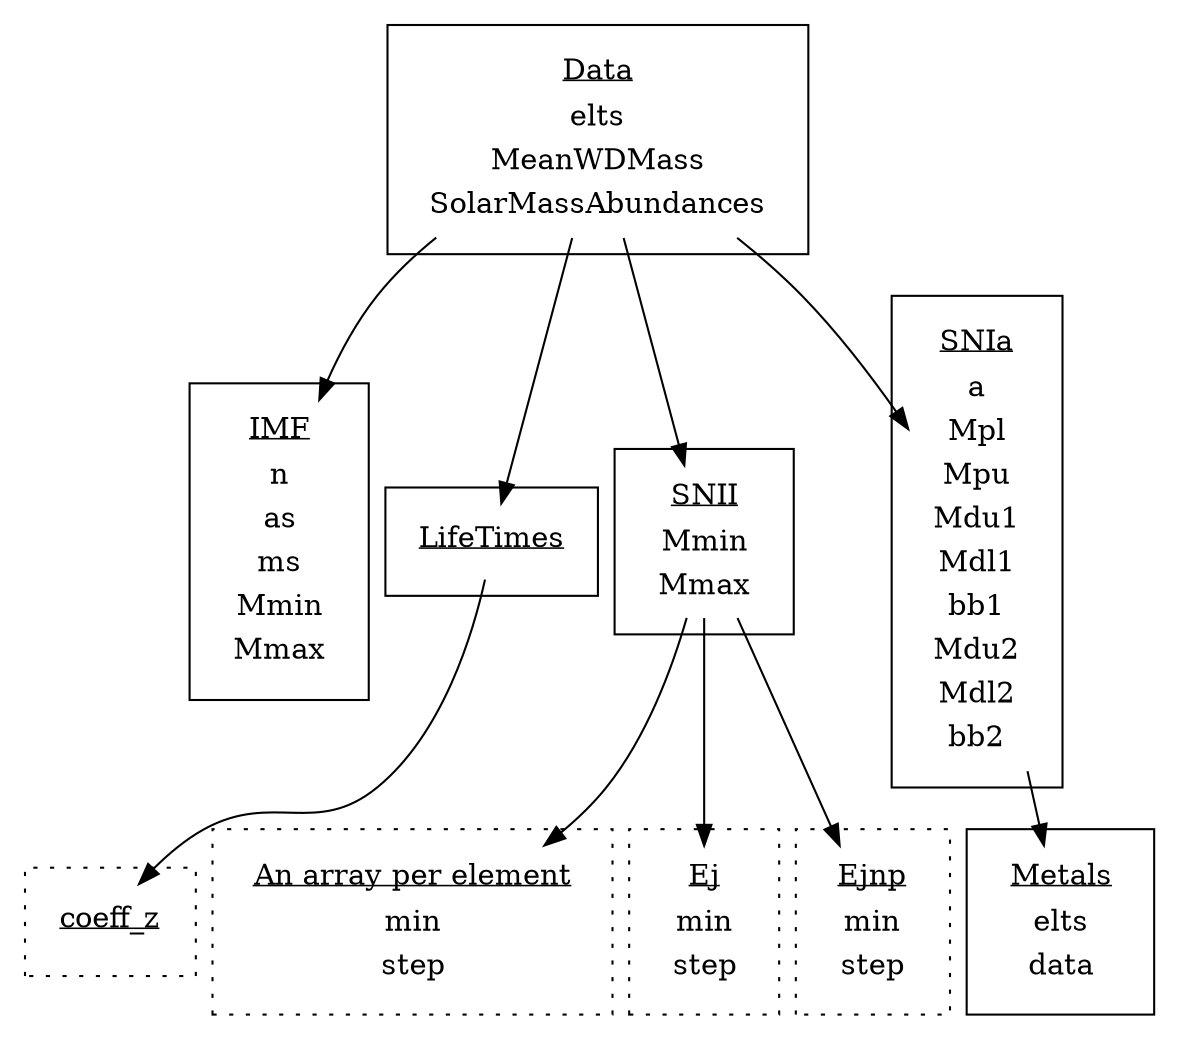
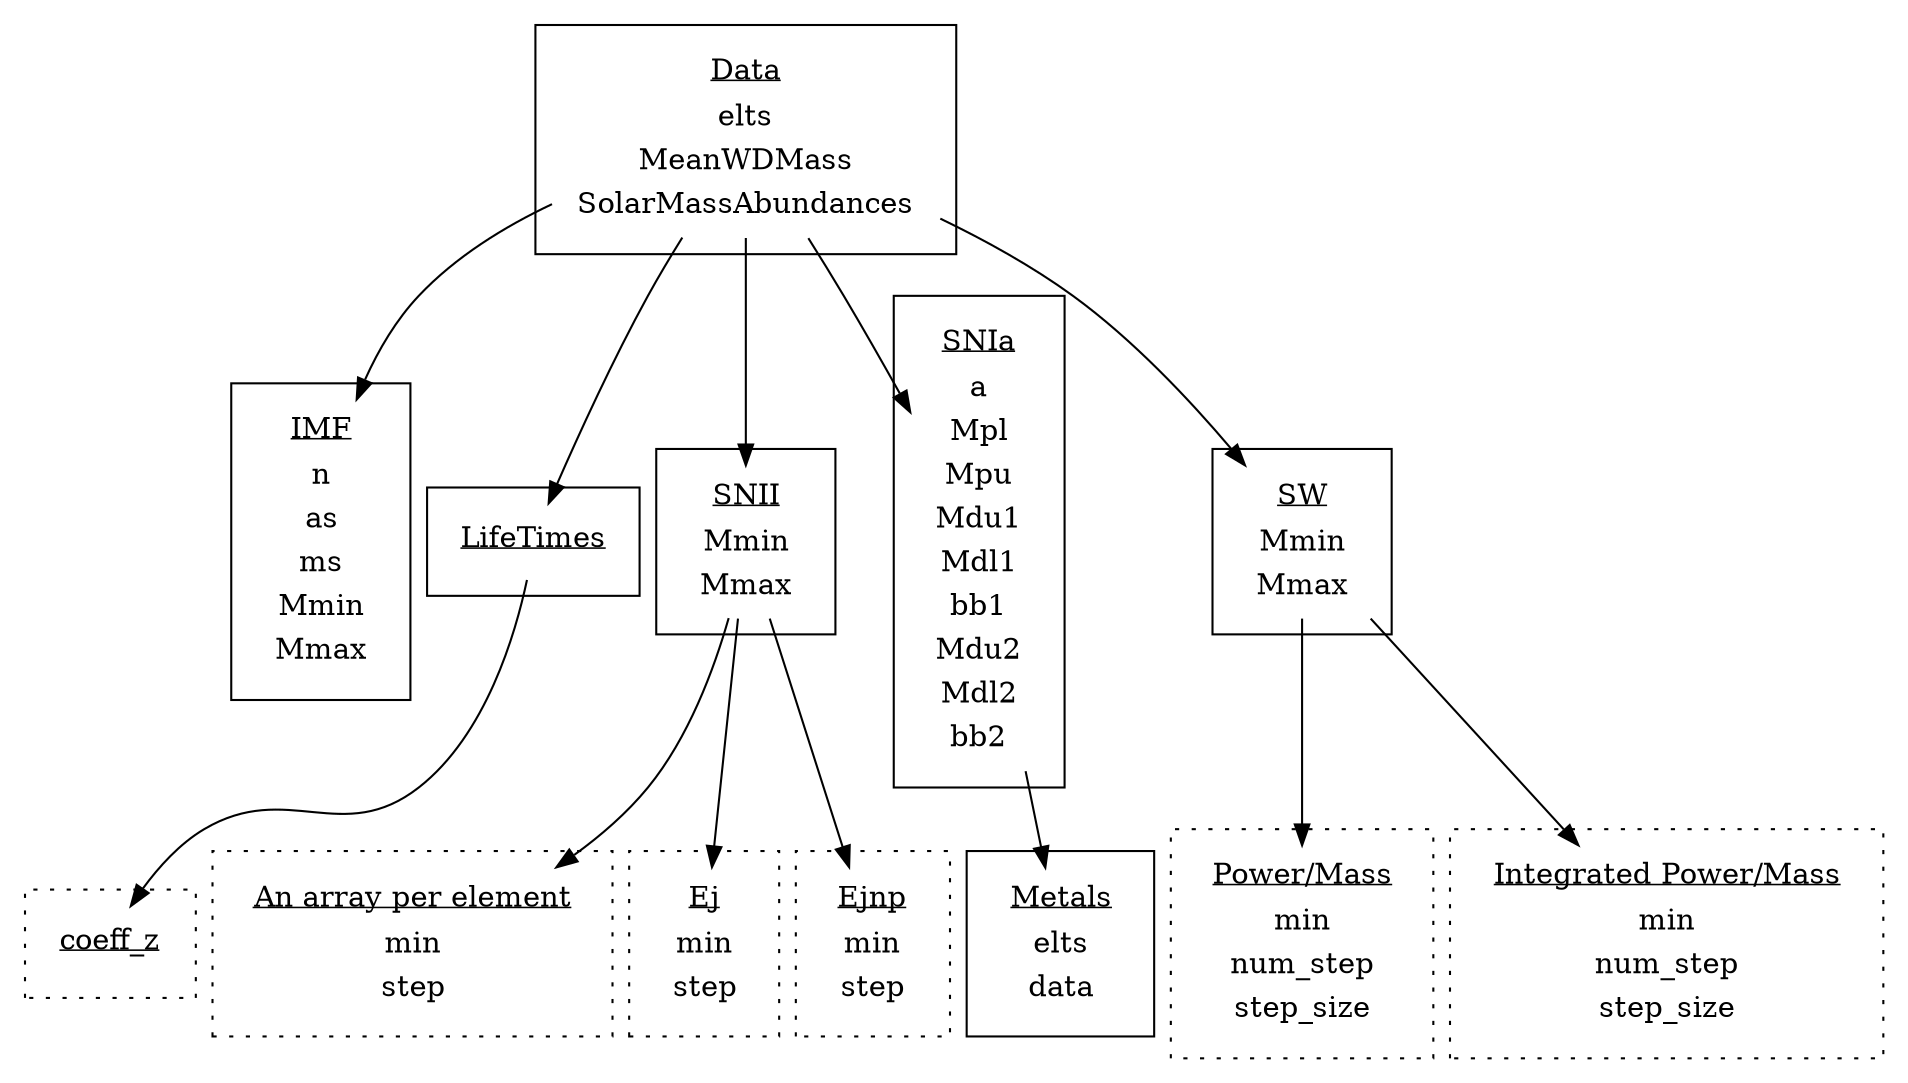

digraph feedback {
   subgraph cluster_data {
     Data[shape="none", label=<
     <table BORDER="0">
     <tr>
      <td><u>Data</u></td>
     </tr>
     <tr>
      <td>elts</td>
     </tr>
     <tr>
      <td>MeanWDMass</td>
     </tr>
     <tr>
      <td>SolarMassAbundances</td>
     </tr>
     </table>>];
   }

   subgraph cluster_imf {
      IMF[shape="none", label=<
      <table BORDER="0">
      <tr>
        <td><u>IMF</u></td>
      </tr>
      <tr>
        <td>n</td>
      </tr>
      <tr>
        <td>as</td>
      </tr>
      <tr>
        <td>ms</td>
      </tr>
      <tr>
        <td>Mmin</td>
      </tr>
      <tr>
        <td>Mmax</td>
      </tr></table>>];
   }
   subgraph cluster_lifetimes {
      LifeTimes[label=<<u>LifeTimes</u>>,shape="none"];
   }
   subgraph cluster_snii {
      SNII[shape="none", label=<
      <table BORDER="0">
      <tr>
        <td><u>SNII</u></td>
      </tr>
      <tr>
        <td>Mmin</td>
      </tr>
      <tr>
        <td>Mmax</td>
      </tr>
      </table>>];
   }

   subgraph cluster_snia {
      SNIa[shape="none", label=<
      <table BORDER="0">
      <tr>
        <td><u>SNIa</u></td>
      </tr>
      <tr>
        <td>a</td>
      </tr>
      <tr>
        <td>Mpl</td>
      </tr>
      <tr>
        <td>Mpu</td>
      </tr>
      <tr>
        <td>Mdu1</td>
      </tr>
      <tr>
        <td>Mdl1</td>
      </tr>
      <tr>
        <td>bb1</td>
      </tr>
      <tr>
        <td>Mdu2</td>
      </tr>
      <tr>
        <td>Mdl2</td>
      </tr>
      <tr>
        <td>bb2</td>
      </tr>
      </table>>];
   }


   subgraph cluster_snii_all {
      graph[style="dotted"];
      snii_all[shape="none", label=<
      <table BORDER="0">
      <tr>
        <td><u>An array per element</u></td>
      </tr>
      <tr>
        <td>min</td>
      </tr>
      <tr>
        <td>step</td>
      </tr>
      </table>>];
   }

   subgraph cluster_snii_ej {
      graph[style="dotted"];
      snii_ej[shape="none", label=<
      <table BORDER="0">
      <tr>
        <td><u>Ej</u></td>
      </tr>
      <tr>
        <td>min</td>
      </tr>
      <tr>
        <td>step</td>
      </tr>
      </table>>];
   }

   subgraph cluster_snii_ejnp {
      graph[style="dotted"];
      snii_ejnp[shape="none", label=<
      <table BORDER="0">
      <tr>
        <td><u>Ejnp</u></td>
      </tr>
      <tr>
        <td>min</td>
      </tr>
      <tr>
        <td>step</td>
      </tr>
      </table>>];
   }

   subgraph cluster_coeff_z {
      graph[style="dotted"];
      coeff_z[label=<<u>coeff_z</u>>, shape="none"];
   }

   subgraph cluster_snia_metals {
      snia_metals[shape="none", label=<
      <table BORDER="0">
      <tr>
        <td><u>Metals</u></td>
      </tr>
      <tr>
        <td>elts</td>
      </tr>
      <tr>
        <td>data</td>
      </tr>
      </table>>];
   }

+    subgraph cluster_sw {
+      SW[shape="none", label=<
+      <table BORDER="0">
+      <tr>
+       <td><u>SW</u></td>
+      </tr>
+      <tr>
+       <td>Mmin</td>
+      </tr>
+      <tr>
+       <td>Mmax</td>
+      </tr>
+      </table>>];
+    }
+ 
+    subgraph cluster_sw_e_m {
+       graph[style="dotted"];
+       sw_e_m[shape="none", label=<
+       <table BORDER="0">
+       <tr>
+         <td><u>Power/Mass</u></td>
+       </tr>
+       <tr>
+         <td>min</td>
+       </tr>
+       <tr>
+         <td>num_step</td>
+       </tr>
+       <tr>
+         <td>step_size</td>
+       </tr>
+       </table>>];
+    }
+ 
+    subgraph cluster_sw_I_e_m {
+       graph[style="dotted"];
+       sw_I_e_m[shape="none", label=<
+       <table BORDER="0">
+       <tr>
+         <td><u>Integrated Power/Mass</u></td>
+       </tr>
+       <tr>
+         <td>min</td>
+       </tr>
+       <tr>
+         <td>num_step</td>
+       </tr>
+       <tr>
+         <td>step_size</td>
+       </tr>
+       </table>>];
+    }
+ 
   Data->LifeTimes;
   Data->IMF;
   Data->SNII;
   Data->SNIa;
+    Data->SW;

   LifeTimes->coeff_z;

   SNII->snii_all;
   SNII->snii_ej;
   SNII->snii_ejnp;

   SNIa->snia_metals;
+ 
+    SW->sw_e_m;
+    SW->sw_I_e_m;
}